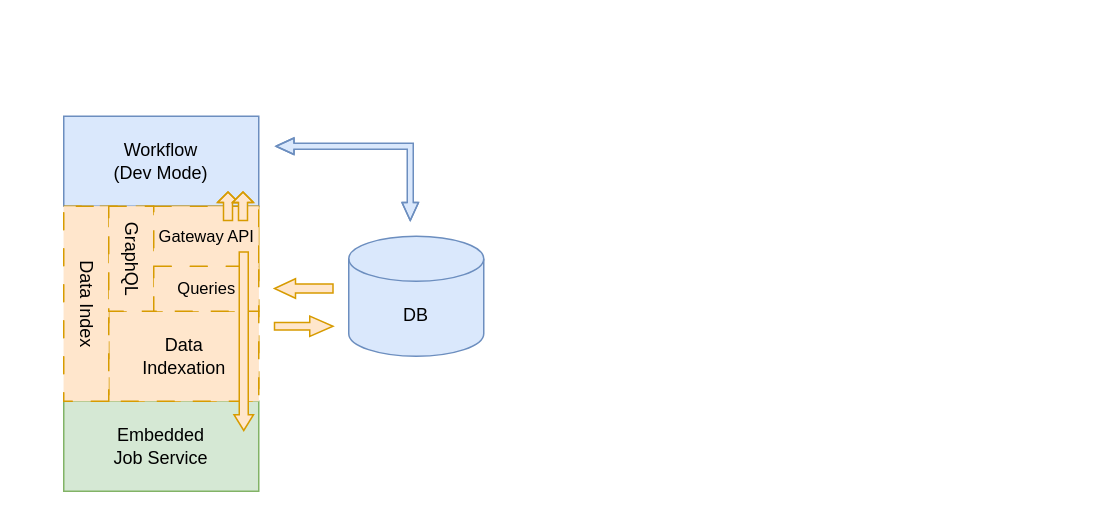
apache/incubator-kie-kogito-docs keeps this draw.io diagram as serverlessworkflow/modules/ROOT/assets/images/data-index/data-index-addon.drawio. Above is the earlier version. Source tidied: cells renumbered, new cells numbered last; positions are measured from the earlier drawing's top-left corner, leaving out a move shared by most shapes. Both pictures are drawn from the tidied source at 150%, with x=0, y=0 at pixel (26, 116).
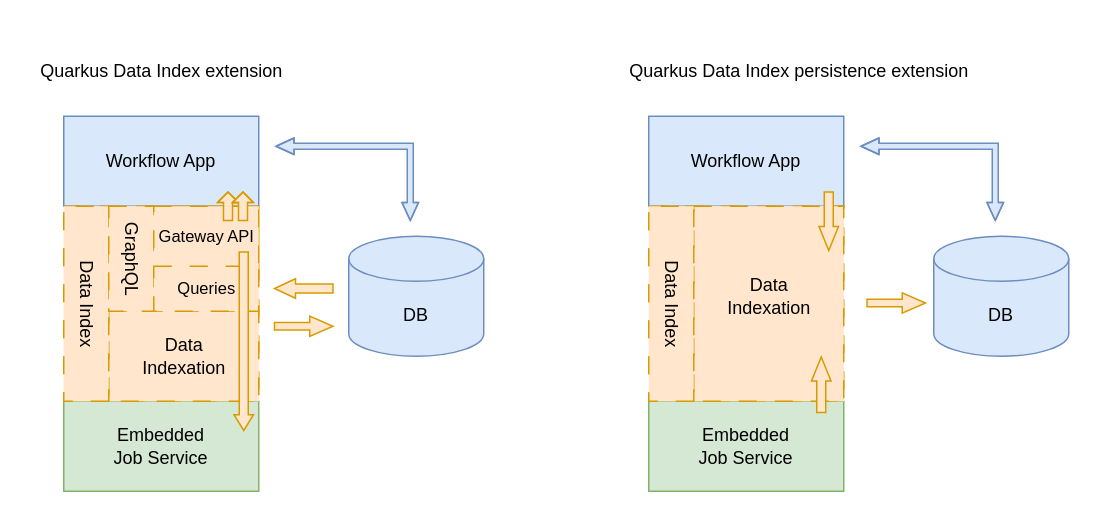
The same page after the edit.

Diff of the diagram source:
```diff
@@
-    <mxCell id="2" value="Workflow&lt;br&gt;(Dev Mode)" style="rounded=0;whiteSpace=wrap;html=1;fillColor=#dae8fc;strokeColor=#6c8ebf;" parent="1" vertex="1">
+    <mxCell id="2" value="Workflow App" style="rounded=0;whiteSpace=wrap;html=1;fillColor=#dae8fc;strokeColor=#6c8ebf;" parent="1" vertex="1">
       <mxGeometry x="25" width="130" height="60" as="geometry" />
     </mxCell>
@@
+    <mxCell id="22" value="Workflow App" style="rounded=0;whiteSpace=wrap;html=1;fillColor=#dae8fc;strokeColor=#6c8ebf;" parent="1" vertex="1">
+      <mxGeometry x="415" width="130" height="60" as="geometry" />
+    </mxCell>
+    <mxCell id="23" value="Embedded&lt;br&gt;Job Service" style="rounded=0;whiteSpace=wrap;html=1;fillColor=#d5e8d4;strokeColor=#82b366;" parent="1" vertex="1">
+      <mxGeometry x="415" y="190" width="130" height="60" as="geometry" />
+    </mxCell>
+    <mxCell id="24" style="whiteSpace=wrap;html=1;fillColor=#ffe6cc;strokeColor=#d79b00;dashed=1;dashPattern=12 12;" parent="1" vertex="1">
+      <mxGeometry x="415" y="60" width="130" height="130" as="geometry" />
+    </mxCell>
+    <mxCell id="25" style="rounded=0;whiteSpace=wrap;html=1;fillColor=#ffe6cc;strokeColor=#d79b00;dashed=1;dashPattern=12 12;" parent="1" vertex="1">
+      <mxGeometry x="445" y="60" width="100" height="130" as="geometry" />
+    </mxCell>
+    <mxCell id="26" style="rounded=0;whiteSpace=wrap;html=1;direction=west;fillColor=#ffe6cc;strokeColor=#d79b00;dashed=1;dashPattern=12 12;" parent="1" vertex="1">
+      <mxGeometry x="415" y="60" width="30" height="130" as="geometry" />
+    </mxCell>
+    <mxCell id="27" value="Data Index" style="text;html=1;align=center;verticalAlign=middle;rotation=90;dashed=1;dashPattern=12 12;" parent="1" vertex="1">
+      <mxGeometry x="390" y="110" width="80" height="30" as="geometry" />
+    </mxCell>
+    <mxCell id="28" value="Data&lt;br&gt;Indexation" style="text;html=1;align=center;verticalAlign=middle;strokeColor=none;fillColor=none;dashed=1;dashPattern=12 12;" parent="1" vertex="1">
+      <mxGeometry x="455" y="100" width="80" height="40" as="geometry" />
+    </mxCell>
+    <mxCell id="29" value="DB" style="shape=cylinder3;whiteSpace=wrap;html=1;boundedLbl=1;backgroundOutline=1;size=15;fillColor=#dae8fc;strokeColor=#6c8ebf;" parent="1" vertex="1">
+      <mxGeometry x="605" y="80" width="90" height="80" as="geometry" />
+    </mxCell>
+    <mxCell id="30" style="shape=flexArrow;endArrow=classic;startArrow=classic;html=1;rounded=0;width=4;startSize=3.67;endWidth=6;endSize=3.67;startWidth=6;fillColor=#dae8fc;strokeColor=#6c8ebf;" parent="1" edge="1">
+      <mxGeometry relative="1" as="geometry">
+        <mxPoint x="646" y="70" as="sourcePoint" />
+        <mxPoint x="556" y="20" as="targetPoint" />
+        <Array as="points">
+          <mxPoint x="646" y="20" />
+        </Array>
+      </mxGeometry>
+    </mxCell>
+    <mxCell id="31" style="shape=flexArrow;endArrow=classic;html=1;rounded=0;endWidth=7.5;endSize=4.835;width=5;fillColor=#ffe6cc;strokeColor=#d79b00;" parent="1" edge="1">
+      <mxGeometry relative="1" as="geometry">
+        <mxPoint x="560" y="124.5" as="sourcePoint" />
+        <mxPoint x="600" y="124.5" as="targetPoint" />
+        <Array as="points">
+          <mxPoint x="560" y="124.5" />
+        </Array>
+      </mxGeometry>
+    </mxCell>
+    <mxCell id="32" value="&lt;div style=&quot;font-family: &amp;quot;JetBrains Mono&amp;quot;, monospace; font-size: 9.8pt;&quot;&gt;&lt;pre style=&quot;&quot;&gt;&lt;br&gt;&lt;/pre&gt;&lt;/div&gt;" style="text;html=1;align=center;verticalAlign=middle;strokeColor=none;fillColor=none;dashed=1;dashPattern=12 12;" parent="1" vertex="1">
+      <mxGeometry x="145" y="-60" width="20" height="60" as="geometry" />
+    </mxCell>
+    <mxCell id="33" value="Quarkus Data Index extension" style="text;html=1;align=center;verticalAlign=middle;strokeColor=none;fillColor=none;" parent="1" vertex="1">
+      <mxGeometry y="-45" width="180" height="30" as="geometry" />
+    </mxCell>
+    <mxCell id="34" value="Quarkus Data Index&amp;nbsp;persistence extension" style="text;html=1;align=center;verticalAlign=middle;strokeColor=none;fillColor=none;" parent="1" vertex="1">
+      <mxGeometry x="390" y="-45" width="250" height="30" as="geometry" />
+    </mxCell>
+    <mxCell id="35" style="shape=flexArrow;endArrow=classic;html=1;rounded=0;endWidth=6;endSize=5;width=6;fillColor=#ffe6cc;strokeColor=#d79b00;" parent="1" edge="1">
+      <mxGeometry relative="1" as="geometry">
+        <mxPoint x="530" y="198" as="sourcePoint" />
+        <mxPoint x="530" y="160" as="targetPoint" />
+      </mxGeometry>
+    </mxCell>
+    <mxCell id="36" style="shape=flexArrow;endArrow=classic;html=1;rounded=0;endWidth=6;endSize=5;width=6;fillColor=#ffe6cc;strokeColor=#d79b00;" parent="1" edge="1">
+      <mxGeometry relative="1" as="geometry">
+        <mxPoint x="535" y="50" as="sourcePoint" />
+        <mxPoint x="535" y="90" as="targetPoint" />
+      </mxGeometry>
+    </mxCell>
```
